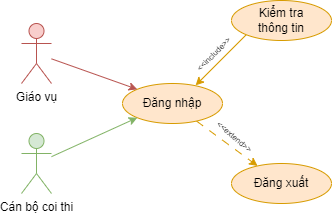
Earlier version of the draw.io export document/temp/draw/usecase_phanra/usecase_dangnhap.drawio.png (copecute/Edudex-Quiz). Source tidied: cells renumbered, new cells last; positions are measured from the earlier drawing's top-left corner, leaving out a move shared by most shapes.
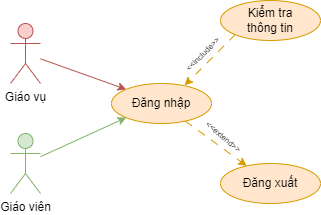
After the commit.

Change to the diagram source:
```diff
@@ -8,7 +8,7 @@
     <mxCell id="3" value="Đăng nhập" style="ellipse;whiteSpace=wrap;html=1;fillColor=#ffe6cc;strokeColor=#d79b00;" parent="1" vertex="1">
       <mxGeometry x="101" y="83" width="100" height="40" as="geometry" />
     </mxCell>
-    <mxCell id="4" style="rounded=0;jettySize=auto;html=1;exitX=0;exitY=1;exitDx=0;exitDy=0;entryX=0.731;entryY=0.047;entryDx=0;entryDy=0;fillColor=#ffe6cc;strokeColor=#d79b00;entryPerimeter=0;" parent="1" edge="1" source="5" target="3">
+    <mxCell id="4" style="rounded=0;jettySize=auto;html=1;exitX=0;exitY=1;exitDx=0;exitDy=0;entryX=0.731;entryY=0.047;entryDx=0;entryDy=0;fillColor=#ffe6cc;strokeColor=#d79b00;entryPerimeter=0;dashed=1;dashPattern=8 8;" parent="1" edge="1" source="5" target="3">
       <mxGeometry relative="1" as="geometry" />
     </mxCell>
     <mxCell id="5" value="Kiểm tra&lt;br&gt;thông tin" style="ellipse;whiteSpace=wrap;html=1;fillColor=#ffe6cc;strokeColor=#d79b00;" parent="1" vertex="1">
@@ -32,7 +32,7 @@
     <mxCell id="11" style="rounded=0;jettySize=auto;html=1;entryX=0;entryY=1;entryDx=0;entryDy=0;fillColor=#d5e8d4;strokeColor=#82b366;" parent="1" edge="1" source="12" target="3">
       <mxGeometry relative="1" as="geometry" />
     </mxCell>
-    <mxCell id="12" value="Cán bộ coi thi" style="shape=umlActor;verticalLabelPosition=bottom;verticalAlign=top;html=1;outlineConnect=0;fillColor=#d5e8d4;strokeColor=#82b366;" parent="1" vertex="1">
+    <mxCell id="12" value="Giáo viên" style="shape=umlActor;verticalLabelPosition=bottom;verticalAlign=top;html=1;outlineConnect=0;fillColor=#d5e8d4;strokeColor=#82b366;" parent="1" vertex="1">
       <mxGeometry y="133" width="30" height="60" as="geometry" />
     </mxCell>
   </root>
```
